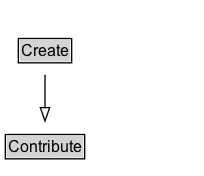
The Graphviz diagram docs/diagrams/Create.dot.png in k-vaughn/ontology-import-prov, before a commit. Its source is kept beside it as docs/diagrams/Create.dot.
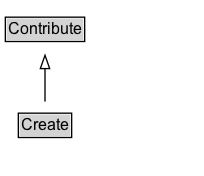
Above is the later version.

What changed in the source:
```diff
@@ -2,6 +2,10 @@
 	graph [overlap=false rankdir=TB splines=true]
 	node [fontname=Arial fontsize=12 margin=0 shape=none]
 	edge [fontname=Arial fontsize=11]
+	{
+		rank=source
+		Contribute [label=<<TABLE BORDER="1" CELLBORDER="0" CELLSPACING="0" CELLPADDING="1"><TR><TD BGCOLOR="lightgray" ALIGN="CENTER">Contribute</TD></TR></TABLE>> URL="../Contribute" margin=0]
+	}
 	Create [label=<<TABLE BORDER="1" CELLBORDER="0" CELLSPACING="0" CELLPADDING="1"><TR><TD BGCOLOR="lightgray" ALIGN="CENTER">Create</TD></TR></TABLE>> URL="../Create" margin=0]
 	{
 		rank=max
@@ -10,6 +14,5 @@
 		label="" style=invis
 		Invis [label=<<TABLE BORDER="0" CELLBORDER="0" CELLSPACING="0" CELLPADDING="1"><TR><TD></TD></TR></TABLE>> margin=0 style=invis]
 	}
-	Contribute [label=<<TABLE BORDER="1" CELLBORDER="0" CELLSPACING="0" CELLPADDING="1"><TR><TD BGCOLOR="lightgray" ALIGN="CENTER">Contribute</TD></TR></TABLE>> URL="../Contribute" margin=0]
 	Create -> Contribute [arrowhead=onormal style=solid]
 }
```
